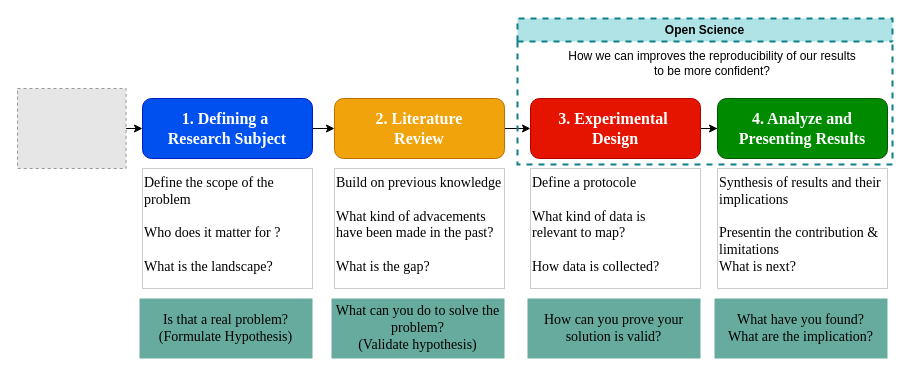
The draw.io diagram page "Page-2" (2 of 3) of 01-introduction/figures/Research.drawio in fabbiocrux/CI12, before the edit. Source tidied: cells renumbered, new cells numbered last; positions are measured from the earlier drawing's top-left corner, leaving out a move shared by most shapes. Both pictures are drawn from the tidied source at 100%, with x=0, y=0 at pixel (17, 18). Pictures stored in the file or linked from it are replaced by grey dashed boxes.
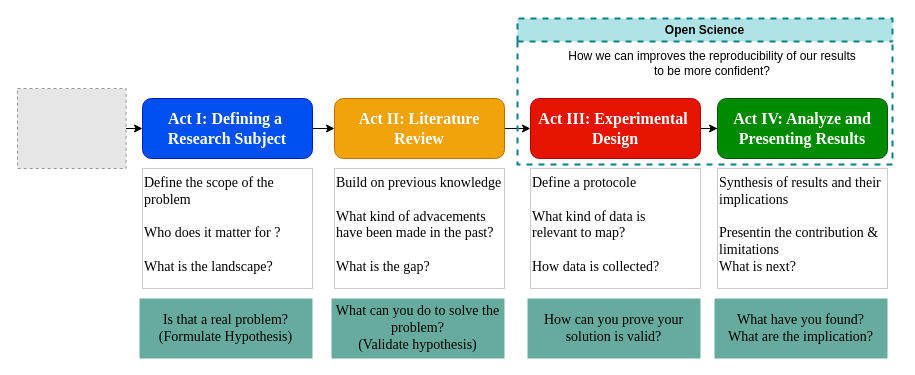
The same diagram, later.

Unchanged cells that the change refers to:
```xml
<mxCell id="2" style="group;" parent="1" vertex="1">
  <mxGeometry width="875" height="340" as="geometry" />
</mxCell>
```

The edit, as a diff of the source:
```diff
@@
-    <mxCell id="4" value="&lt;p&gt;&lt;b&gt;1. Defining a&amp;nbsp;&lt;br&gt;&lt;span style=&quot;background-color: transparent;&quot;&gt;Research Subject&lt;/span&gt;&lt;/b&gt;&lt;/p&gt;" style="rounded=1;whiteSpace=wrap;html=1;fontFamily=Garamond;align=center;fillColor=#0050ef;strokeColor=#001DBC;fontColor=#ffffff;fontSize=16;" parent="2" vertex="1">
+    <mxCell id="4" value="&lt;p&gt;&lt;b&gt;Act I: Defining a&amp;nbsp;&lt;br&gt;&lt;span style=&quot;background-color: transparent;&quot;&gt;Research Subject&lt;/span&gt;&lt;/b&gt;&lt;/p&gt;" style="rounded=1;whiteSpace=wrap;html=1;fontFamily=Garamond;align=center;fillColor=#0050ef;strokeColor=#001DBC;fontColor=#ffffff;fontSize=16;" parent="2" vertex="1">
       <mxGeometry x="125" y="80" width="170" height="60" as="geometry" />
     </mxCell>
@@
-    <mxCell id="6" value="&lt;p&gt;&lt;b&gt;2. Literature &lt;br&gt;Review&lt;/b&gt;&lt;/p&gt;" style="rounded=1;whiteSpace=wrap;html=1;fontFamily=Garamond;align=center;fillColor=#f0a30a;strokeColor=#BD7000;fontColor=#FFFFFF;fontSize=16;" parent="2" vertex="1">
+    <mxCell id="6" value="&lt;p&gt;&lt;b&gt;Act II: Literature &lt;br&gt;Review&lt;/b&gt;&lt;/p&gt;" style="rounded=1;whiteSpace=wrap;html=1;fontFamily=Garamond;align=center;fillColor=#f0a30a;strokeColor=#BD7000;fontColor=#FFFFFF;fontSize=16;" parent="2" vertex="1">
       <mxGeometry x="317" y="80" width="170" height="60" as="geometry" />
     </mxCell>
@@
-    <mxCell id="8" value="&lt;p&gt;&lt;b&gt;3. Experimental&amp;nbsp;&lt;br&gt;&lt;/b&gt;&lt;b style=&quot;background-color: transparent; color: light-dark(rgb(255, 255, 255), rgb(18, 18, 18));&quot;&gt;Design&lt;/b&gt;&lt;/p&gt;" style="rounded=1;whiteSpace=wrap;html=1;fontFamily=Garamond;align=center;fillColor=#e51400;strokeColor=#B20000;fontColor=#ffffff;fontSize=16;" parent="2" vertex="1">
+    <mxCell id="8" value="&lt;p&gt;&lt;b&gt;Act III: Experimental&amp;nbsp;&lt;br&gt;&lt;/b&gt;&lt;b style=&quot;background-color: transparent; color: light-dark(rgb(255, 255, 255), rgb(18, 18, 18));&quot;&gt;Design&lt;/b&gt;&lt;/p&gt;" style="rounded=1;whiteSpace=wrap;html=1;fontFamily=Garamond;align=center;fillColor=#e51400;strokeColor=#B20000;fontColor=#ffffff;fontSize=16;" parent="2" vertex="1">
       <mxGeometry x="513" y="80" width="170" height="60" as="geometry" />
     </mxCell>
-    <mxCell id="9" value="&lt;p&gt;&lt;b&gt;4. Analyze and &lt;br&gt;Presenting Results&lt;/b&gt;&lt;/p&gt;" style="rounded=1;whiteSpace=wrap;html=1;fontFamily=Garamond;align=center;fillColor=#008a00;strokeColor=#005700;fontColor=#ffffff;fontSize=16;" parent="2" vertex="1">
+    <mxCell id="9" value="&lt;p&gt;&lt;b&gt;Act IV: Analyze and &lt;br&gt;Presenting Results&lt;/b&gt;&lt;/p&gt;" style="rounded=1;whiteSpace=wrap;html=1;fontFamily=Garamond;align=center;fillColor=#008a00;strokeColor=#005700;fontColor=#ffffff;fontSize=16;" parent="2" vertex="1">
       <mxGeometry x="700" y="80" width="170" height="60" as="geometry" />
     </mxCell>
```
